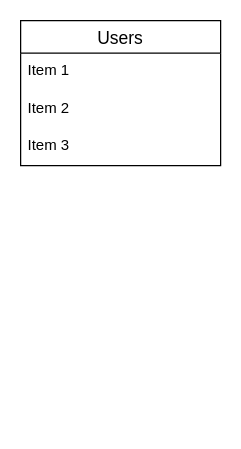
Earlier version of the draw.io diagram page "MCD 2" (2 of 4) of BDD.drawio (Benji290402/TpPHP-SQL). Source tidied: cells renumbered, new cells numbered last; positions are measured from the earlier drawing's top-left corner, leaving out a move shared by most shapes. Both pictures are drawn from the tidied source at 125%, with x=0, y=0 at pixel (20, 20).
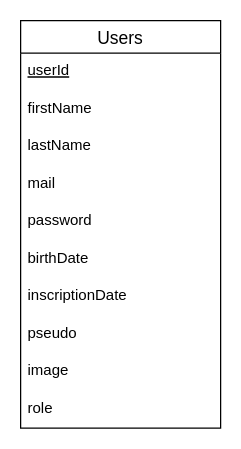
Above is the later version.

What changed in the source:
```diff
@@
 <mxGraphModel>
   <root>
     <mxCell id="0" />
     <mxCell id="1" parent="0" />
     <mxCell id="2" value="Users" style="swimlane;fontStyle=0;horizontal=1;startSize=26;align=center;fontSize=14;" parent="1" vertex="1">
-      <mxGeometry width="160" height="116" as="geometry" />
+      <mxGeometry width="160" height="326" as="geometry" />
     </mxCell>
-    <mxCell id="3" value="Item 1" style="text;strokeColor=none;fillColor=none;spacingLeft=4;spacingRight=4;overflow=hidden;fontSize=12;" parent="2" vertex="1">
+    <mxCell id="3" value="userId" style="text;strokeColor=none;fillColor=none;spacingLeft=4;spacingRight=4;overflow=hidden;fontSize=12;fontStyle=4;" parent="2" vertex="1">
       <mxGeometry y="26" width="160" height="30" as="geometry" />
     </mxCell>
-    <mxCell id="4" value="Item 2" style="text;strokeColor=none;fillColor=none;spacingLeft=4;spacingRight=4;overflow=hidden;fontSize=12;" parent="2" vertex="1">
+    <mxCell id="4" value="firstName" style="text;strokeColor=none;fillColor=none;spacingLeft=4;spacingRight=4;overflow=hidden;fontSize=12;" parent="2" vertex="1">
       <mxGeometry y="56" width="160" height="30" as="geometry" />
     </mxCell>
-    <mxCell id="5" value="Item 3" style="text;strokeColor=none;fillColor=none;spacingLeft=4;spacingRight=4;overflow=hidden;fontSize=12;" parent="2" vertex="1">
+    <mxCell id="5" value="lastName" style="text;strokeColor=none;fillColor=none;spacingLeft=4;spacingRight=4;overflow=hidden;fontSize=12;" parent="2" vertex="1">
       <mxGeometry y="86" width="160" height="30" as="geometry" />
     </mxCell>
+    <mxCell id="6" value="mail" style="text;strokeColor=none;fillColor=none;spacingLeft=4;spacingRight=4;overflow=hidden;fontSize=12;" parent="2" vertex="1">
+      <mxGeometry y="116" width="160" height="30" as="geometry" />
+    </mxCell>
+    <mxCell id="7" value="password" style="text;strokeColor=none;fillColor=none;spacingLeft=4;spacingRight=4;overflow=hidden;fontSize=12;" parent="2" vertex="1">
+      <mxGeometry y="146" width="160" height="30" as="geometry" />
+    </mxCell>
+    <mxCell id="8" value="birthDate" style="text;strokeColor=none;fillColor=none;spacingLeft=4;spacingRight=4;overflow=hidden;fontSize=12;" parent="2" vertex="1">
+      <mxGeometry y="176" width="160" height="30" as="geometry" />
+    </mxCell>
+    <mxCell id="9" value="inscriptionDate" style="text;strokeColor=none;fillColor=none;spacingLeft=4;spacingRight=4;overflow=hidden;fontSize=12;" parent="2" vertex="1">
+      <mxGeometry y="206" width="160" height="30" as="geometry" />
+    </mxCell>
+    <mxCell id="10" value="pseudo" style="text;strokeColor=none;fillColor=none;spacingLeft=4;spacingRight=4;overflow=hidden;fontSize=12;" parent="2" vertex="1">
+      <mxGeometry y="236" width="160" height="30" as="geometry" />
+    </mxCell>
+    <mxCell id="11" value="image" style="text;strokeColor=none;fillColor=none;spacingLeft=4;spacingRight=4;overflow=hidden;fontSize=12;" parent="2" vertex="1">
+      <mxGeometry y="266" width="160" height="30" as="geometry" />
+    </mxCell>
+    <mxCell id="12" value="role" style="text;strokeColor=none;fillColor=none;spacingLeft=4;spacingRight=4;overflow=hidden;fontSize=12;" parent="2" vertex="1">
+      <mxGeometry y="296" width="160" height="30" as="geometry" />
+    </mxCell>
   </root>
 </mxGraphModel>
```
